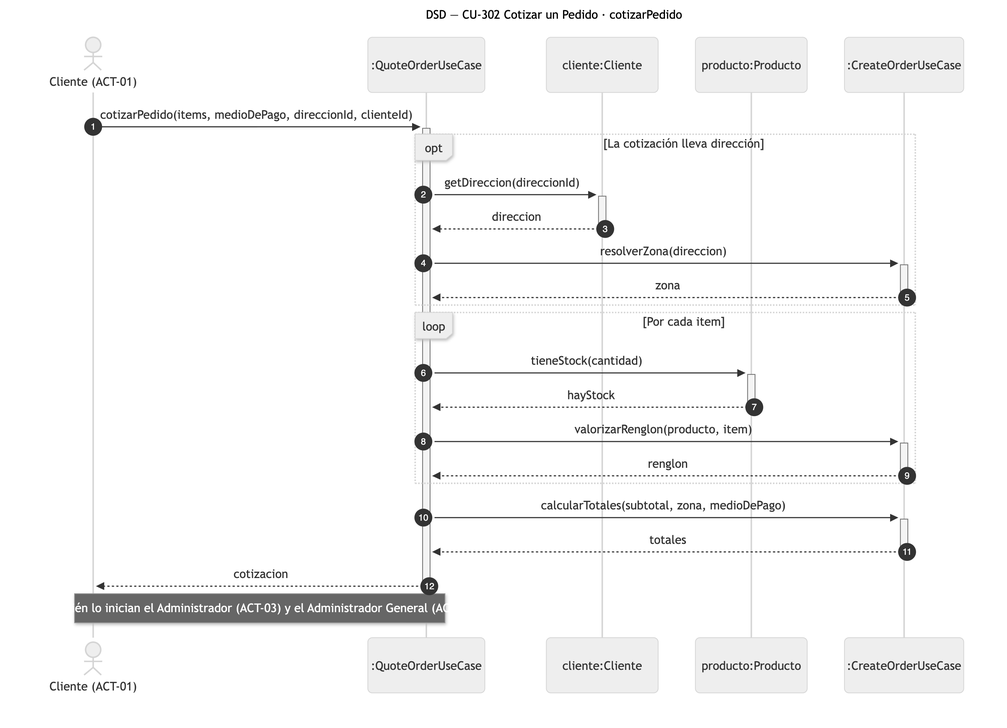
Before: diagramas/png/DSD_CU-302_cotizarPedido.png, a diagram exported from Mermaid (Nahuelito-Dev/splg-docs). Its source is kept beside it as diagramas/DSD_CU-302_cotizarPedido.mmd.
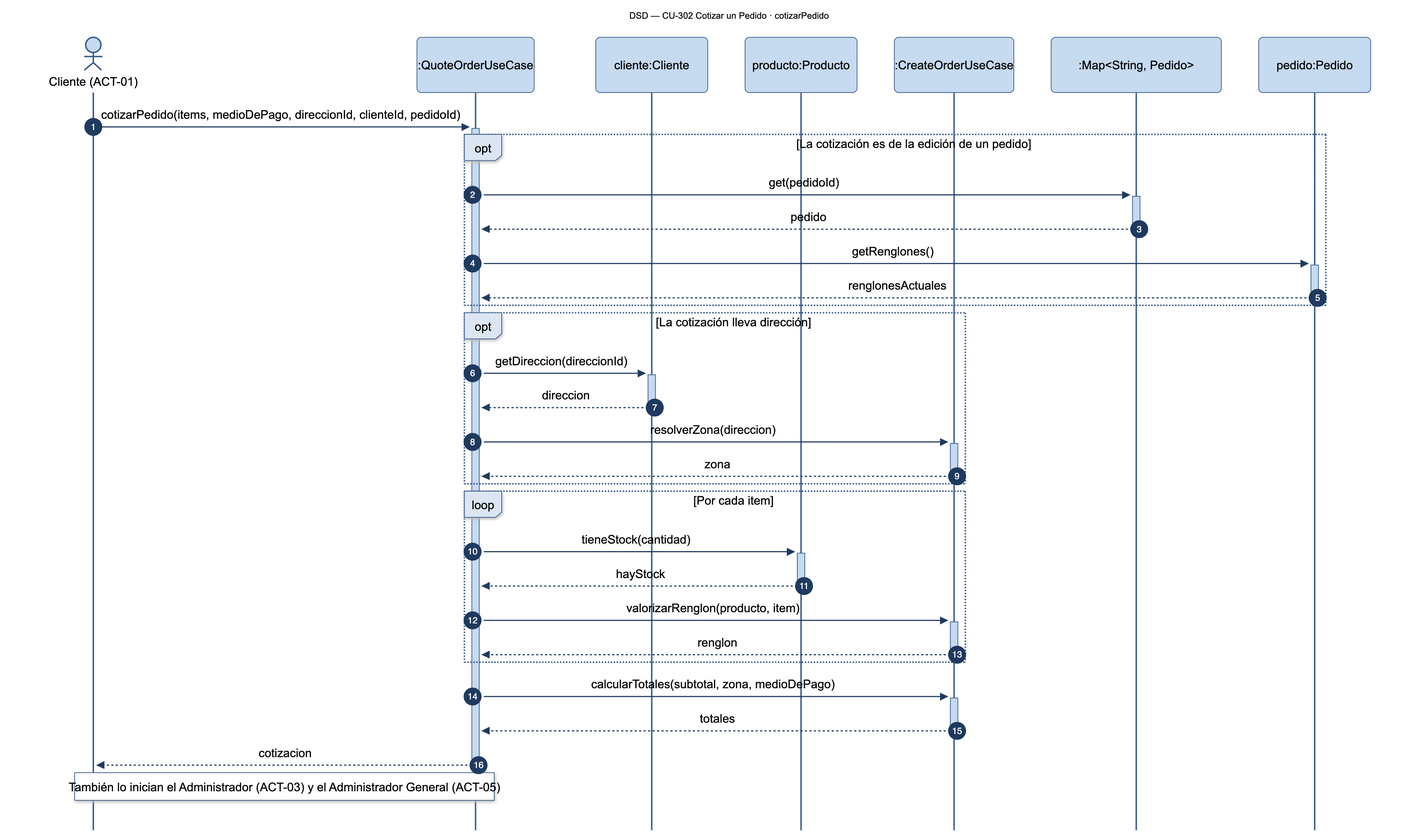
After the commit.

What changed in the source:
```diff
@@ -6,8 +6,16 @@
     participant CLT as cliente:Cliente
     participant PRO as producto:Producto
     participant CRO as :CreateOrderUseCase
+    participant PEDS as :Map#lt;String, Pedido#gt;
+    participant PED as pedido:Pedido
 
-    CLI->>+QOU: cotizarPedido(items, medioDePago, direccionId, clienteId)
+    CLI->>+QOU: cotizarPedido(items, medioDePago, direccionId, clienteId, pedidoId)
+    opt La cotización es de la edición de un pedido
+        QOU->>+PEDS: get(pedidoId)
+        PEDS-->>-QOU: pedido
+        QOU->>+PED: getRenglones()
+        PED-->>-QOU: renglonesActuales
+    end
     opt La cotización lleva dirección
         QOU->>+CLT: getDireccion(direccionId)
         CLT-->>-QOU: direccion
```
